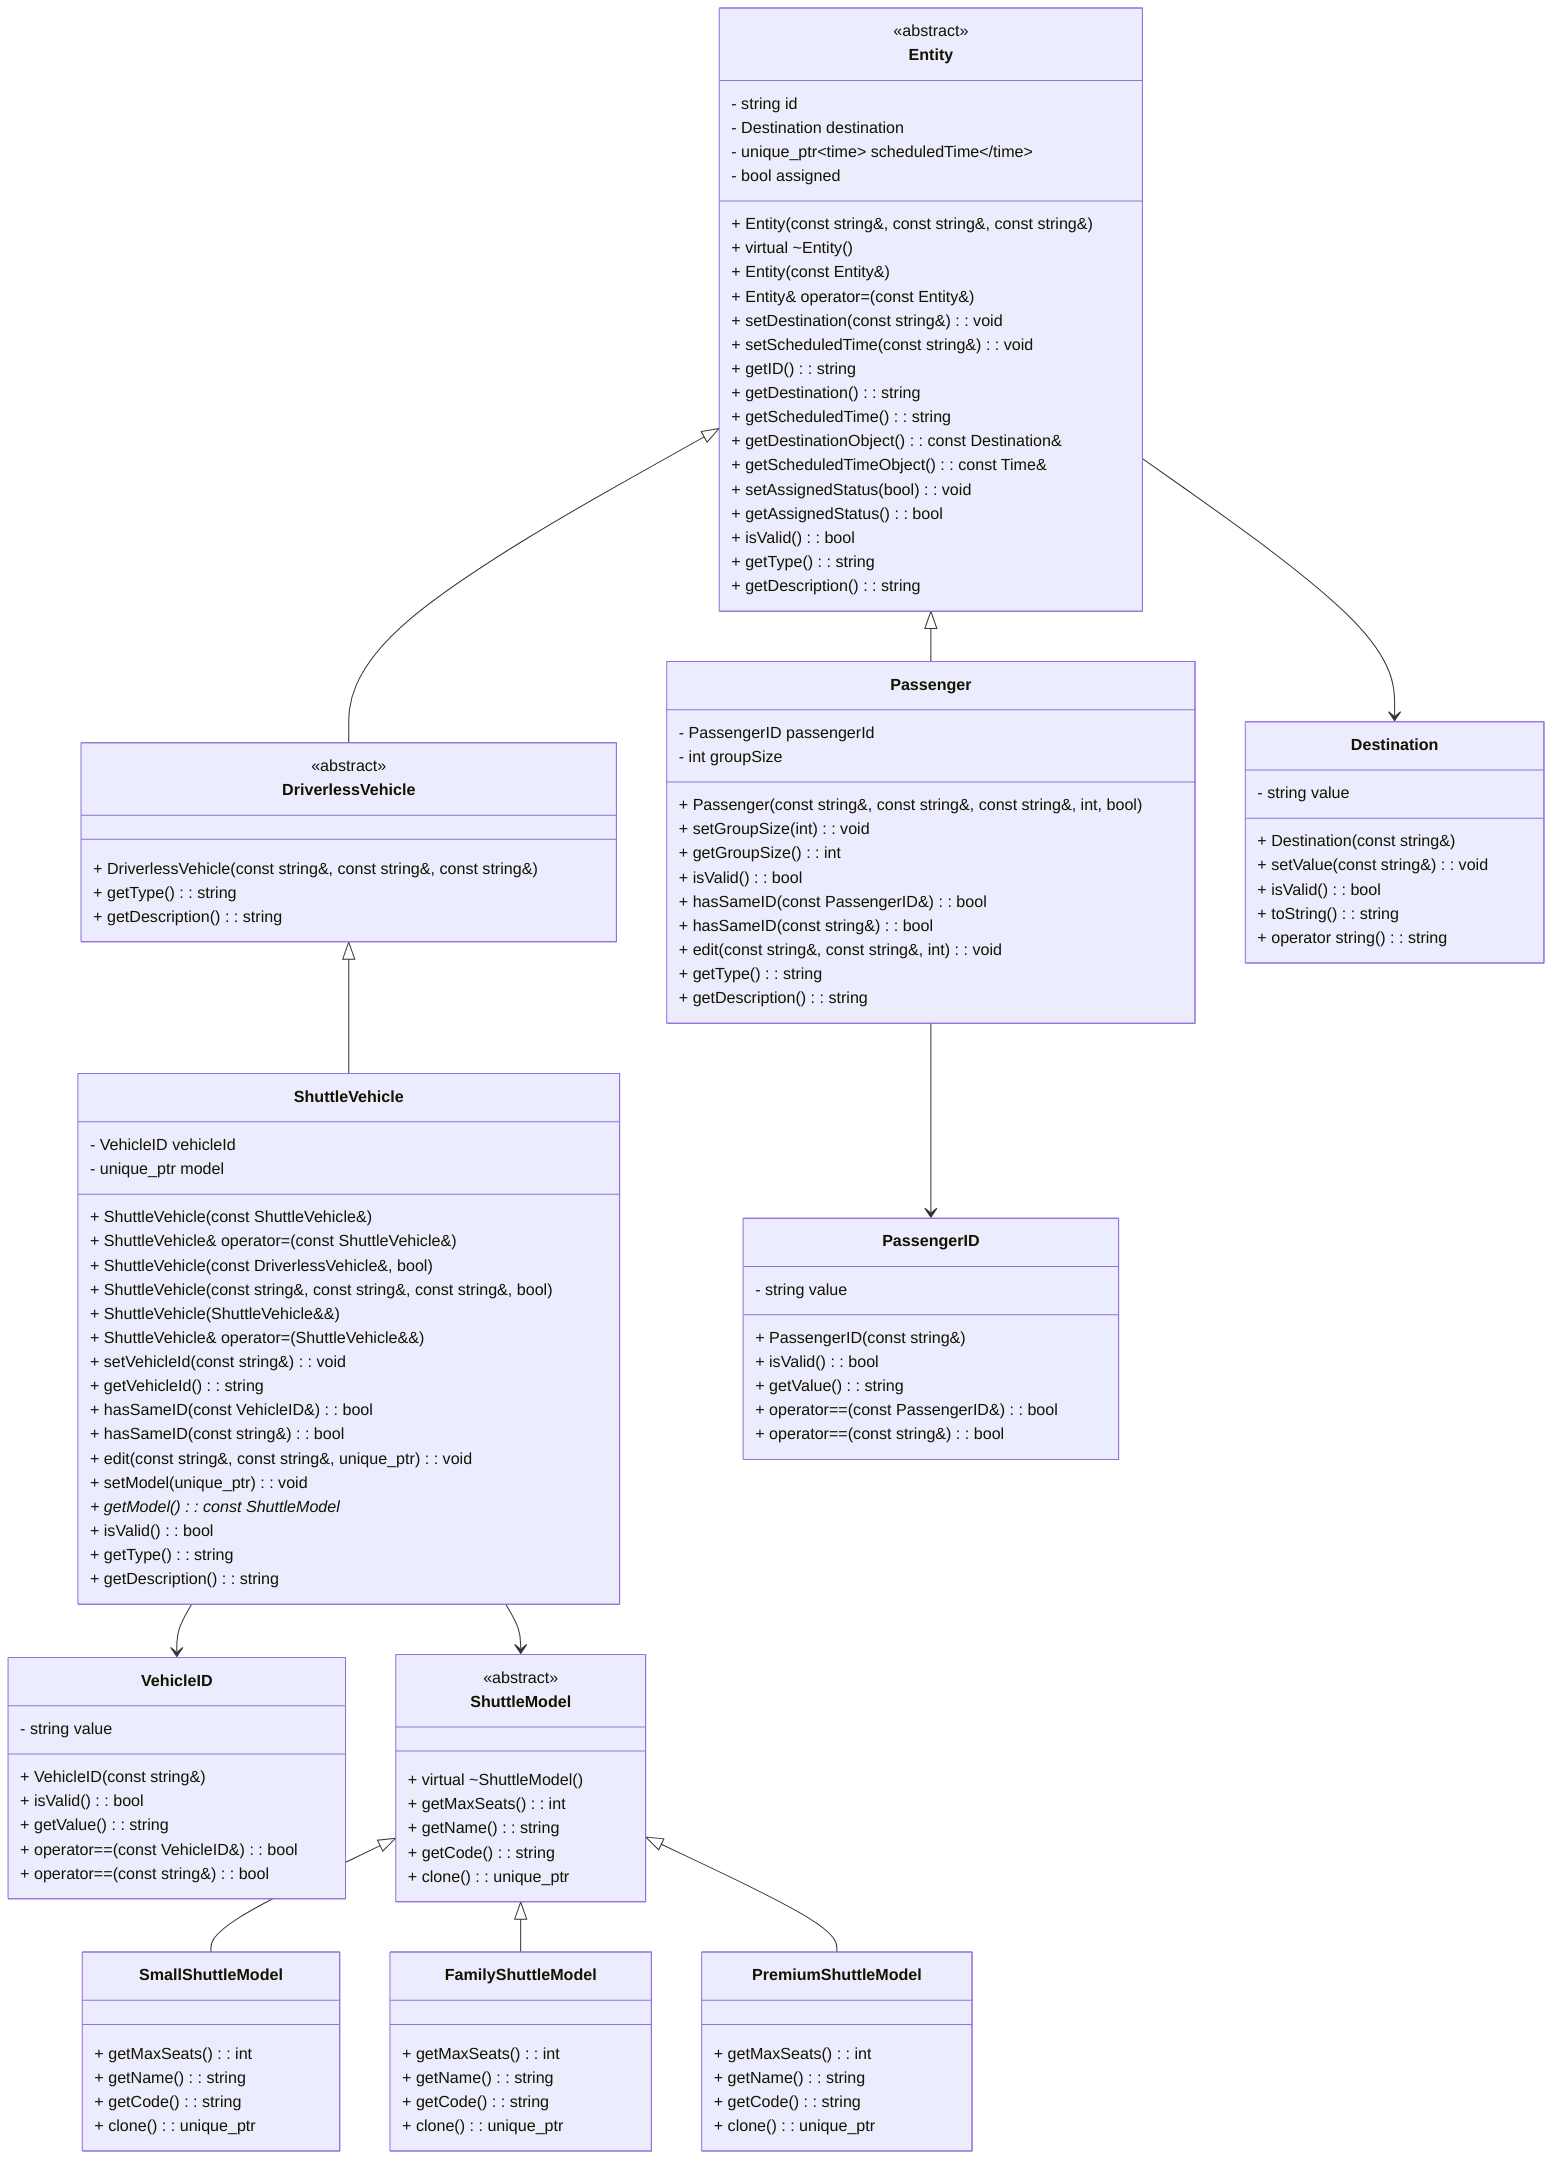
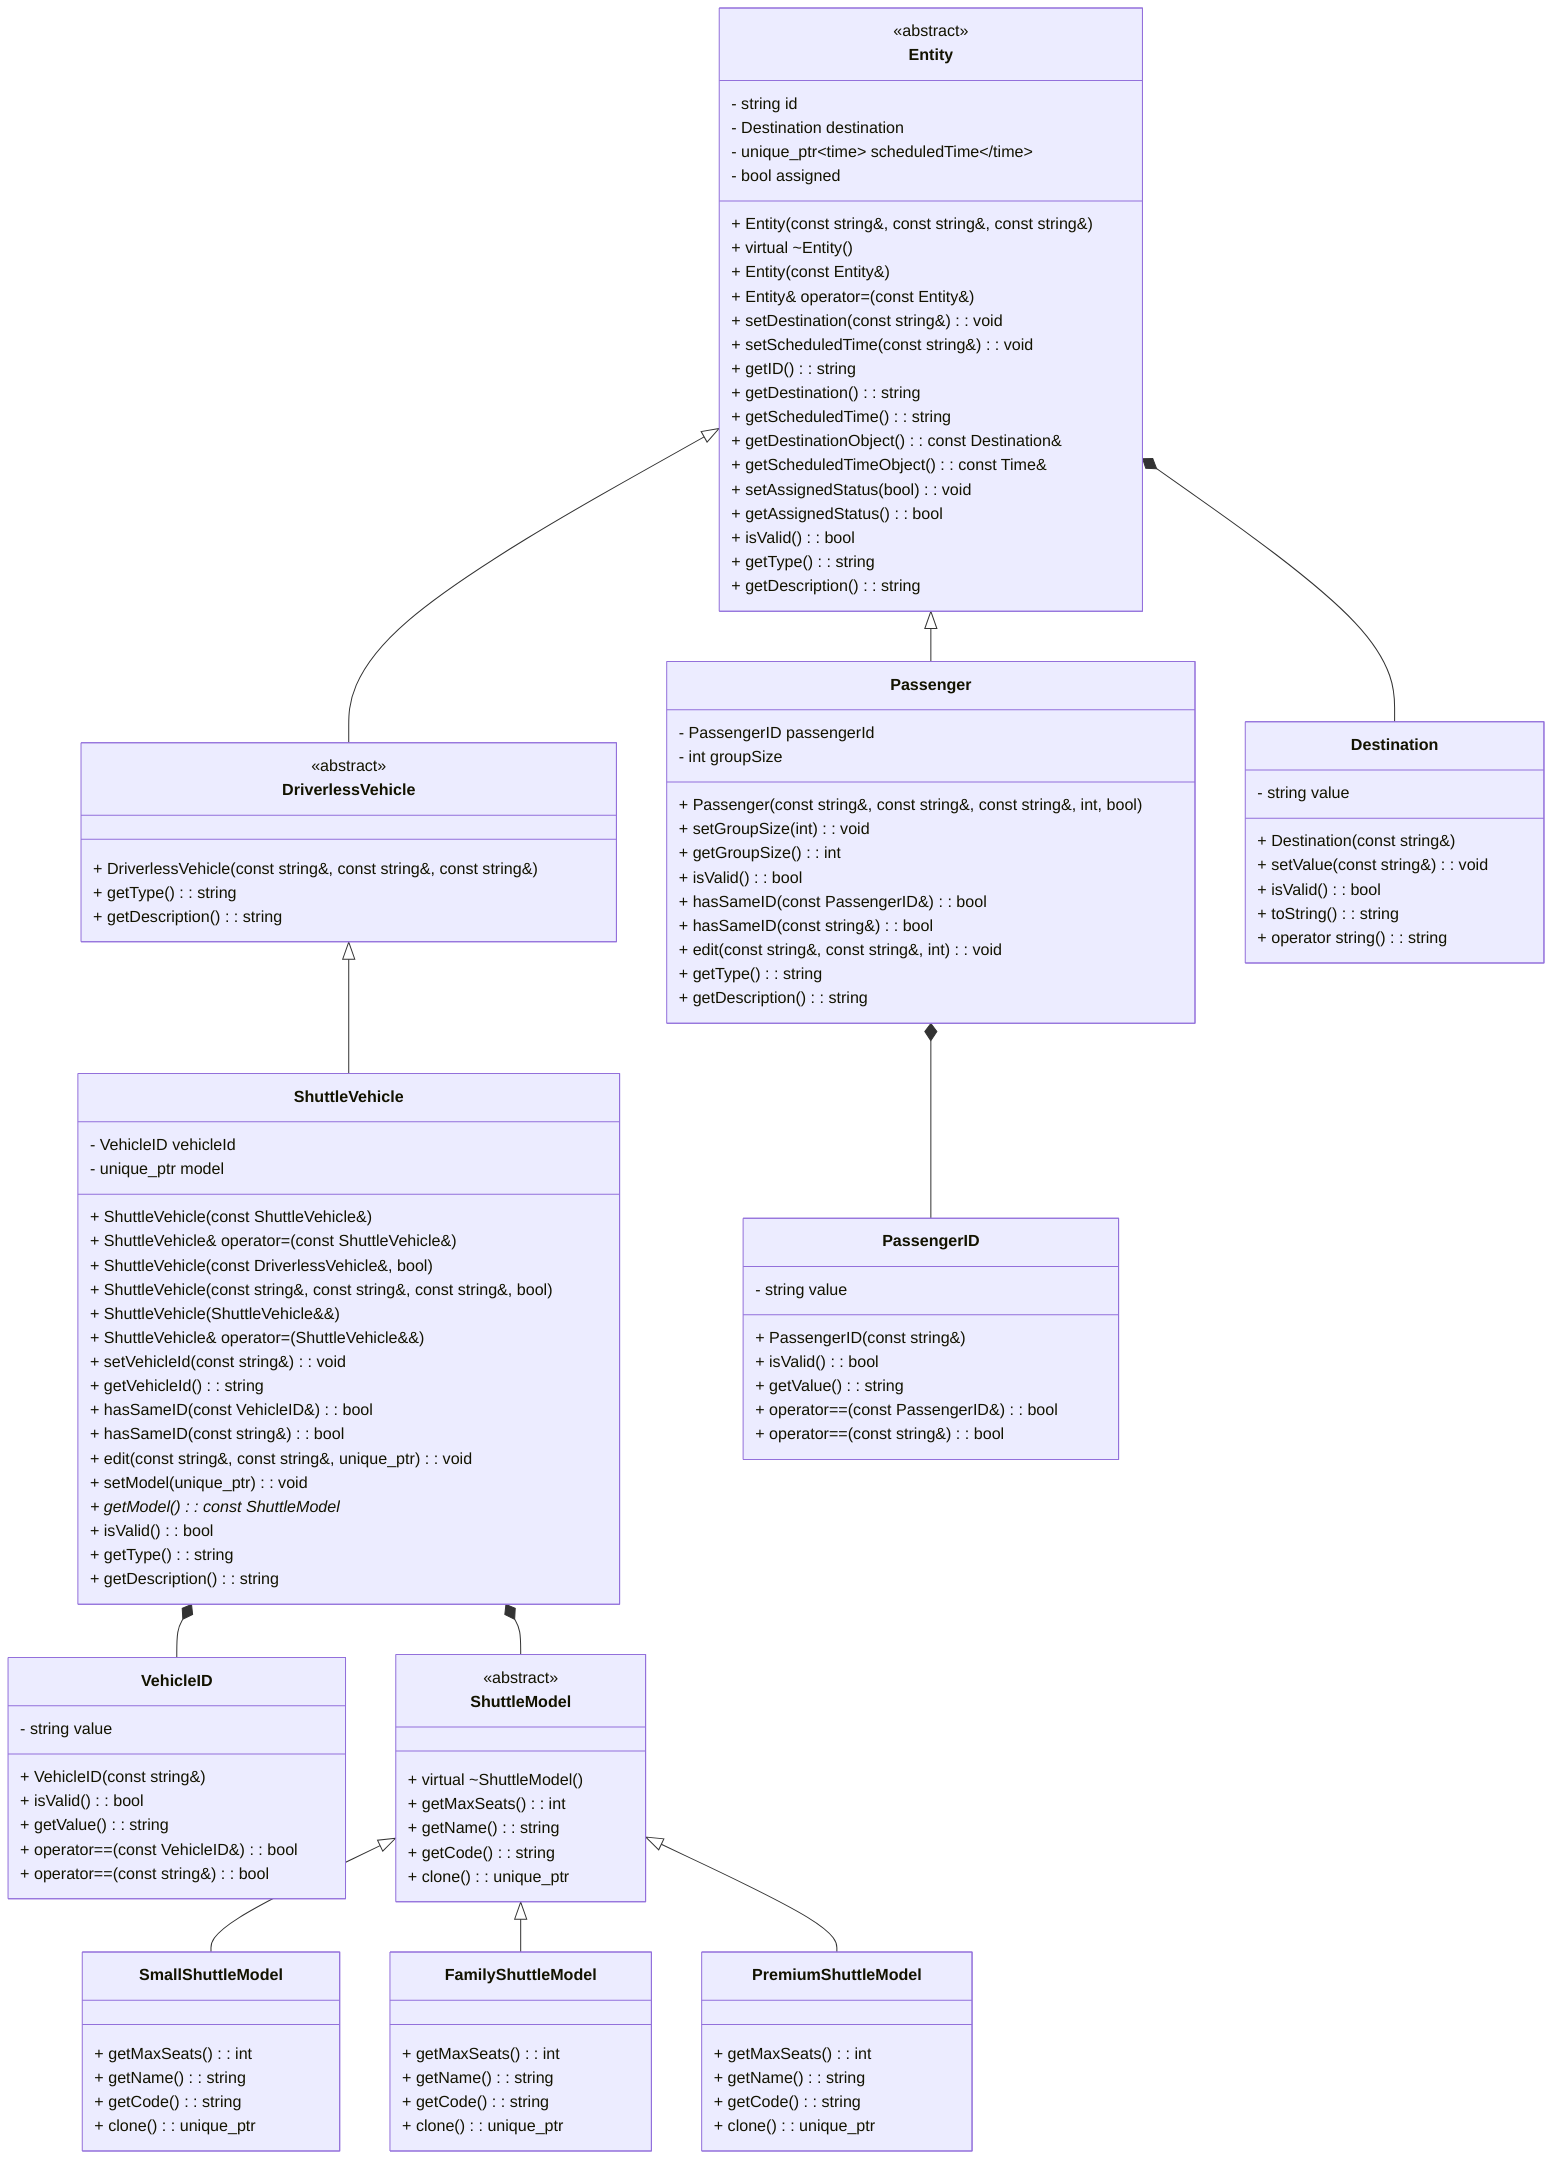
classDiagram
    direction TB

    class Entity {
        <<abstract>>
        - string id
        - Destination destination
        - unique_ptr<Time> scheduledTime
        - bool assigned
        + Entity(const string&, const string&, const string&)
        + virtual ~Entity()
        + Entity(const Entity&)
        + Entity& operator=(const Entity&)
        + setDestination(const string&): void
        + setScheduledTime(const string&): void
        + getID(): string
        + getDestination(): string
        + getScheduledTime(): string
        + getDestinationObject(): const Destination&
        + getScheduledTimeObject(): const Time&
        + setAssignedStatus(bool): void
        + getAssignedStatus(): bool
        + isValid(): bool
        + getType(): string
        + getDescription(): string
    }

    class DriverlessVehicle {
        <<abstract>>
        + DriverlessVehicle(const string&, const string&, const string&)
        + getType(): string
        + getDescription(): string
    }

    class Passenger {
        - PassengerID passengerId
        - int groupSize
        + Passenger(const string&, const string&, const string&, int, bool)
        + setGroupSize(int): void
        + getGroupSize(): int
        + isValid(): bool
        + hasSameID(const PassengerID&): bool
        + hasSameID(const string&): bool
        + edit(const string&, const string&, int): void
        + getType(): string
        + getDescription(): string
    }

    class ShuttleVehicle {
        - VehicleID vehicleId
        - unique_ptr<ShuttleModel> model
        + ShuttleVehicle(const ShuttleVehicle&)
        + ShuttleVehicle& operator=(const ShuttleVehicle&)
        + ShuttleVehicle(const DriverlessVehicle&, bool)
        + ShuttleVehicle(const string&, const string&, const string&, bool)
        + ShuttleVehicle(ShuttleVehicle&&)
        + ShuttleVehicle& operator=(ShuttleVehicle&&)
        + setVehicleId(const string&): void
        + getVehicleId(): string
        + hasSameID(const VehicleID&): bool
        + hasSameID(const string&): bool
        + edit(const string&, const string&, unique_ptr<ShuttleModel>): void
        + setModel(unique_ptr<ShuttleModel>): void
        + getModel(): const ShuttleModel*
        + isValid(): bool
        + getType(): string
        + getDescription(): string
    }

    class Destination {
        - string value
        + Destination(const string&)
        + setValue(const string&): void
        + isValid(): bool
        + toString(): string
        + operator string(): string
    }

    class PassengerID {
        - string value
        + PassengerID(const string&)
        + isValid(): bool
        + getValue(): string
        + operator==(const PassengerID&): bool
        + operator==(const string&): bool
    }

    class VehicleID {
        - string value
        + VehicleID(const string&)
        + isValid(): bool
        + getValue(): string
        + operator==(const VehicleID&): bool
        + operator==(const string&): bool
    }

    class ShuttleModel {
        <<abstract>>
        + virtual ~ShuttleModel()
        + getMaxSeats(): int
        + getName(): string
        + getCode(): string
        + clone(): unique_ptr<ShuttleModel>
    }

    class SmallShuttleModel {
        + getMaxSeats(): int
        + getName(): string
        + getCode(): string
        + clone(): unique_ptr<ShuttleModel>
    }

    class FamilyShuttleModel {
        + getMaxSeats(): int
        + getName(): string
        + getCode(): string
        + clone(): unique_ptr<ShuttleModel>
    }

    class PremiumShuttleModel {
        + getMaxSeats(): int
        + getName(): string
        + getCode(): string
        + clone(): unique_ptr<ShuttleModel>
    }

    Entity <|-- DriverlessVehicle
    Entity <|-- Passenger
    DriverlessVehicle <|-- ShuttleVehicle

    ShuttleModel <|-- SmallShuttleModel
    ShuttleModel <|-- FamilyShuttleModel
    ShuttleModel <|-- PremiumShuttleModel

-     ShuttleVehicle --> ShuttleModel
-     Entity --> Destination
-     Passenger --> PassengerID
-     ShuttleVehicle --> VehicleID
+     ShuttleVehicle *-- ShuttleModel
+     Entity *-- Destination
+     Passenger *-- PassengerID
+     ShuttleVehicle *-- VehicleID
